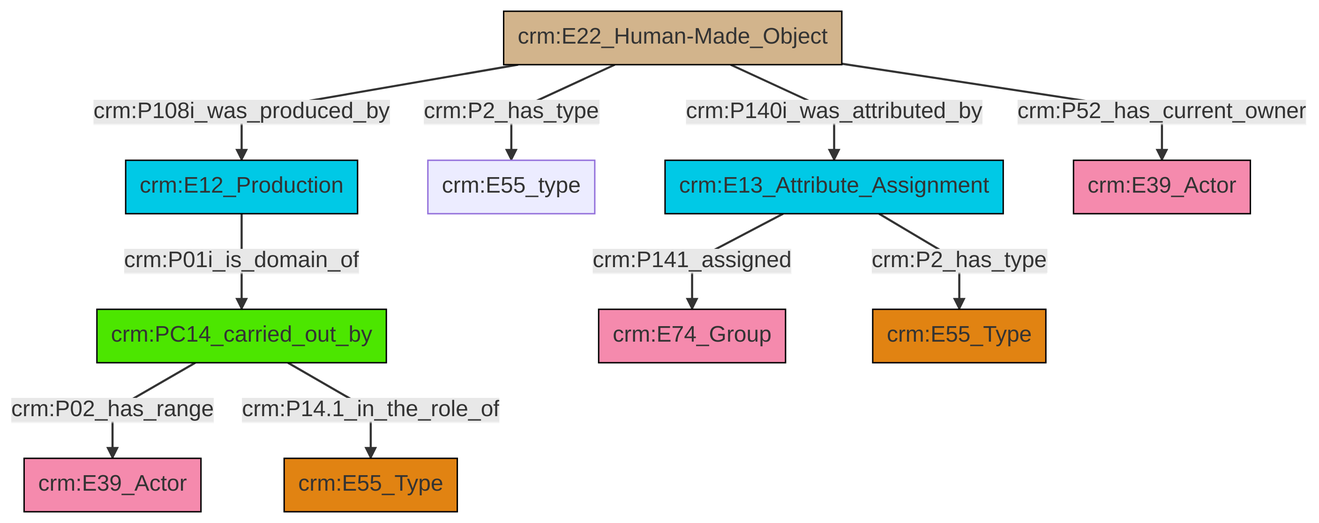
Before: et/builtWorkCSV/ttl/mmd/png/Built_Work_actor_relations.png, a diagram exported from Mermaid (swiss-art-research-net/docs.swissartresearch). Its source is kept beside it as et/builtWorkCSV/ttl/mmd/Built_Work_actor_relations.ttl.mmd.
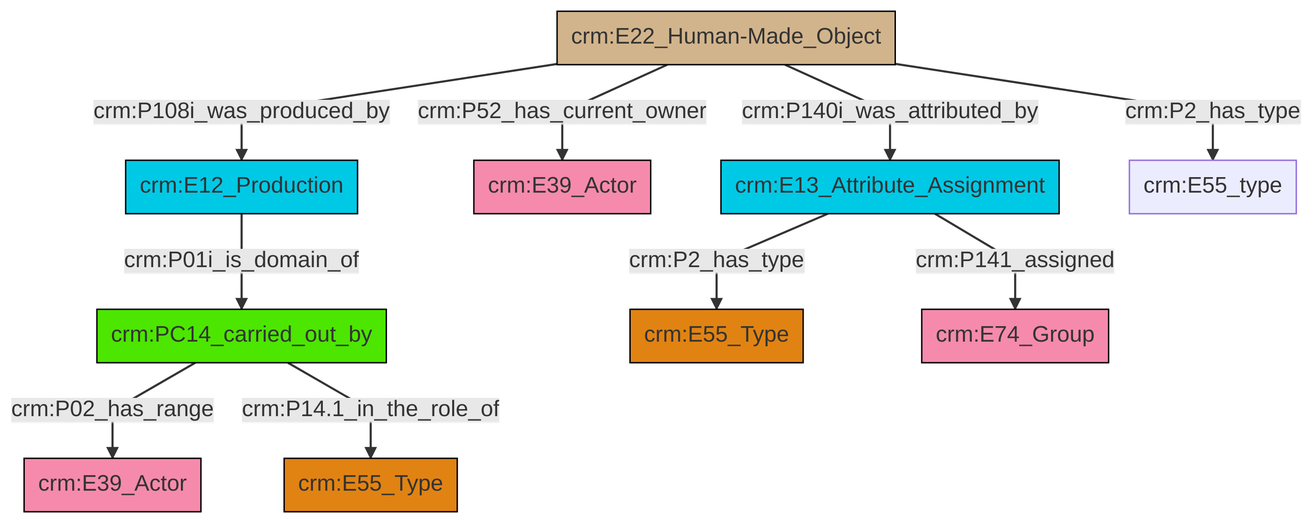
After the change.

Diff of the diagram source:
```diff
@@ -13,12 +13,12 @@
 classDef PC_Classes fill:#4ce600, stroke:#000000;
 classDef Multi fill:#cccccc,stroke:#000000;
 
-0["crm:E12_Production"]:::Temporal_Entity -->|crm:P01i_is_domain_of| 1["crm:PC14_carried_out_by"]:::PC_Classes
-2["crm:E22_Human-Made_Object"]:::Physical_Thing -->|crm:P2_has_type| 3["crm:E55_type"]:::Default
-1["crm:PC14_carried_out_by"]:::PC_Classes -->|crm:P02_has_range| 9["crm:E39_Actor"]:::Actor
-7["crm:E13_Attribute_Assignment"]:::Temporal_Entity -->|crm:P2_has_type| 10["crm:E55_Type"]:::Type
-1["crm:PC14_carried_out_by"]:::PC_Classes -->|crm:P14.1_in_the_role_of| 16["crm:E55_Type"]:::Type
-7["crm:E13_Attribute_Assignment"]:::Temporal_Entity -->|crm:P141_assigned| 5["crm:E74_Group"]:::Actor
-2["crm:E22_Human-Made_Object"]:::Physical_Thing -->|crm:P140i_was_attributed_by| 7["crm:E13_Attribute_Assignment"]:::Temporal_Entity
-2["crm:E22_Human-Made_Object"]:::Physical_Thing -->|crm:P108i_was_produced_by| 0["crm:E12_Production"]:::Temporal_Entity
-2["crm:E22_Human-Made_Object"]:::Physical_Thing -->|crm:P52_has_current_owner| 12["crm:E39_Actor"]:::Actor
+0["crm:PC14_carried_out_by"]:::PC_Classes -->|crm:P02_has_range| 1["crm:E39_Actor"]:::Actor
+4["crm:E13_Attribute_Assignment"]:::Temporal_Entity -->|crm:P2_has_type| 2["crm:E55_Type"]:::Type
+7["crm:E12_Production"]:::Temporal_Entity -->|crm:P01i_is_domain_of| 0["crm:PC14_carried_out_by"]:::PC_Classes
+0["crm:PC14_carried_out_by"]:::PC_Classes -->|crm:P14.1_in_the_role_of| 10["crm:E55_Type"]:::Type
+11["crm:E22_Human-Made_Object"]:::Physical_Thing -->|crm:P140i_was_attributed_by| 4["crm:E13_Attribute_Assignment"]:::Temporal_Entity
+11["crm:E22_Human-Made_Object"]:::Physical_Thing -->|crm:P2_has_type| 8["crm:E55_type"]:::Default
+11["crm:E22_Human-Made_Object"]:::Physical_Thing -->|crm:P52_has_current_owner| 5["crm:E39_Actor"]:::Actor
+11["crm:E22_Human-Made_Object"]:::Physical_Thing -->|crm:P108i_was_produced_by| 7["crm:E12_Production"]:::Temporal_Entity
+4["crm:E13_Attribute_Assignment"]:::Temporal_Entity -->|crm:P141_assigned| 13["crm:E74_Group"]:::Actor
```
